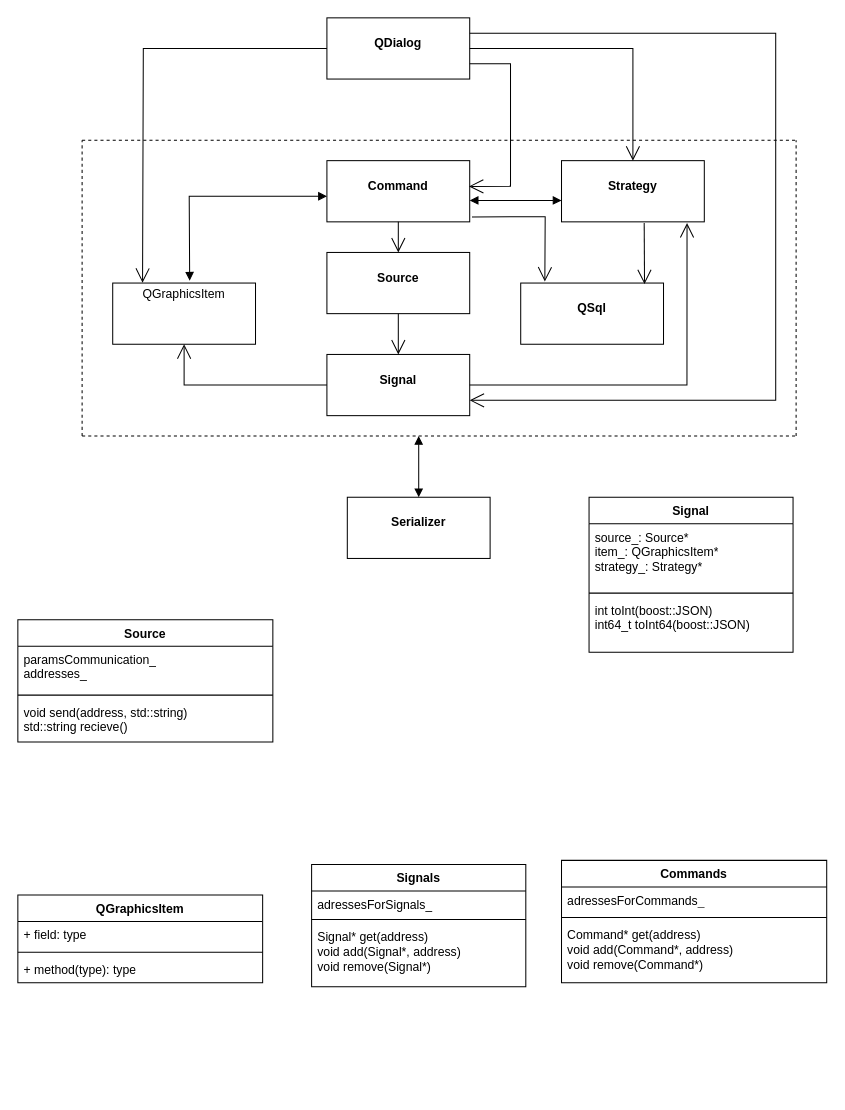
AleksandrMuratov/ScadaMAS keeps this draw.io diagram as Total structure.drawio. Above is the earlier version. Source tidied: cells renumbered, new cells numbered last; positions are measured from the earlier drawing's top-left corner, leaving out a move shared by most shapes. Both pictures are drawn from the tidied source at 102%, with x=0, y=0 at pixel (17, 17).
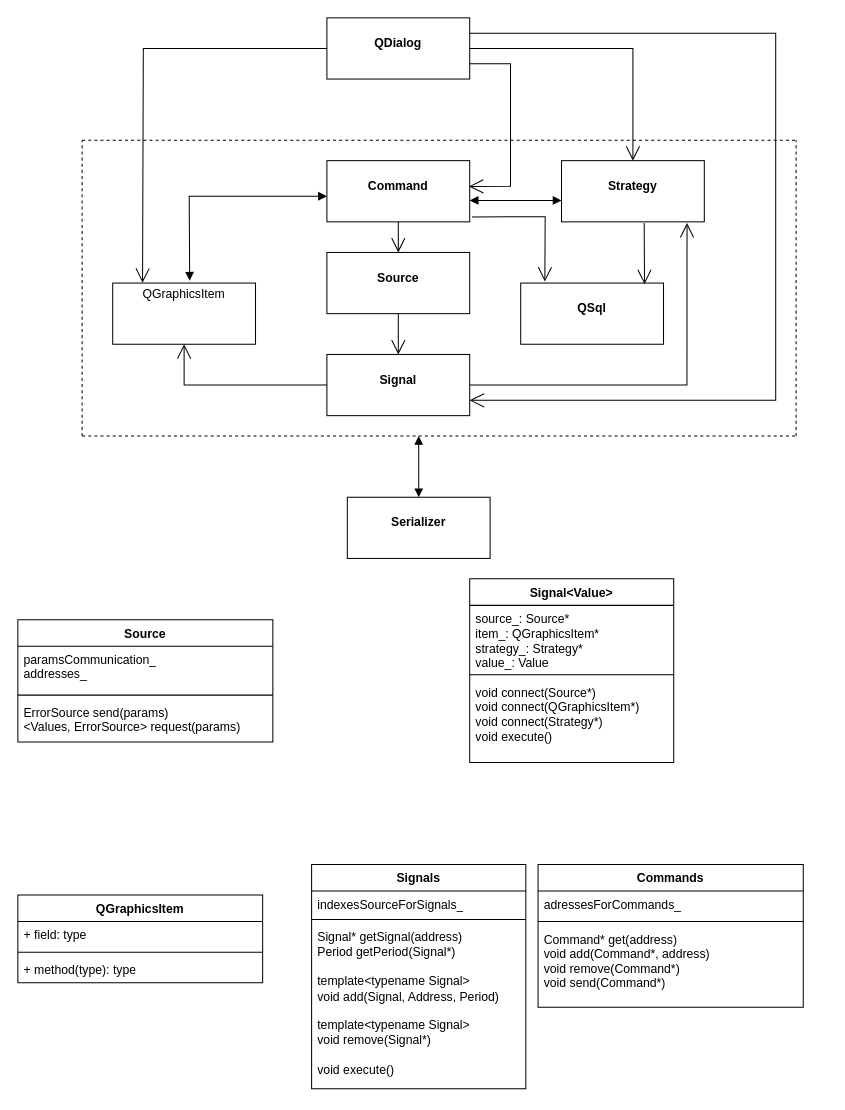
Above is the later version.

The change refers to these unchanged cells:
```xml
<mxCell id="27" value="Source" style="swimlane;fontStyle=1;align=center;verticalAlign=top;horizontal=1;startSize=26;whiteSpace=wrap;html=1;" parent="1" vertex="1">
  <mxGeometry y="590" width="250" height="120" as="geometry" />
</mxCell>
```

Change to the diagram source:
```diff
@@
-    <mxCell id="30" value="void send(address, std::string)&lt;div&gt;std::string recieve()&lt;/div&gt;" style="text;strokeColor=none;fillColor=none;align=left;verticalAlign=top;spacingLeft=4;spacingRight=4;overflow=hidden;whiteSpace=wrap;html=1;" parent="27" vertex="1">
+    <mxCell id="30" value="ErrorSource send(params)&lt;div&gt;&amp;lt;Values, ErrorSource&amp;gt; request(params)&lt;/div&gt;" style="text;strokeColor=none;fillColor=none;align=left;verticalAlign=top;spacingLeft=4;spacingRight=4;overflow=hidden;whiteSpace=wrap;html=1;" parent="27" vertex="1">
       <mxGeometry y="78" width="250" height="42" as="geometry" />
     </mxCell>
-    <mxCell id="31" value="Signal" style="swimlane;fontStyle=1;align=center;verticalAlign=top;horizontal=1;startSize=26;whiteSpace=wrap;html=1;" parent="1" vertex="1">
-      <mxGeometry x="560" y="470" width="200" height="152" as="geometry" />
+    <mxCell id="31" value="Signal&amp;lt;Value&amp;gt;" style="swimlane;fontStyle=1;align=center;verticalAlign=top;horizontal=1;startSize=26;whiteSpace=wrap;html=1;" parent="1" vertex="1">
+      <mxGeometry x="443" y="550" width="200" height="180" as="geometry" />
     </mxCell>
-    <mxCell id="32" value="source_: Source*&lt;div&gt;item_: QGraphicsItem*&lt;/div&gt;&lt;div&gt;strategy_: Strategy*&lt;/div&gt;" style="text;strokeColor=none;fillColor=none;align=left;verticalAlign=top;spacingLeft=4;spacingRight=4;overflow=hidden;whiteSpace=wrap;html=1;" parent="31" vertex="1">
+    <mxCell id="32" value="source_: Source*&lt;div&gt;item_: QGraphicsItem*&lt;/div&gt;&lt;div&gt;strategy_: Strategy*&lt;/div&gt;&lt;div&gt;value_: Value&lt;/div&gt;" style="text;strokeColor=none;fillColor=none;align=left;verticalAlign=top;spacingLeft=4;spacingRight=4;overflow=hidden;whiteSpace=wrap;html=1;" parent="31" vertex="1">
       <mxGeometry y="26" width="200" height="64" as="geometry" />
     </mxCell>
@@
-    <mxCell id="34" value="int toInt(boost::JSON)&lt;div&gt;int64_t toInt64(boost::JSON)&lt;/div&gt;&lt;div&gt;&lt;br&gt;&lt;/div&gt;" style="text;strokeColor=none;fillColor=none;align=left;verticalAlign=top;spacingLeft=4;spacingRight=4;overflow=hidden;whiteSpace=wrap;html=1;" parent="31" vertex="1">
-      <mxGeometry y="98" width="200" height="54" as="geometry" />
+    <mxCell id="34" value="&lt;div&gt;void connect(Source*)&lt;/div&gt;&lt;div&gt;void connect(QGraphicsItem*)&lt;/div&gt;&lt;div&gt;void connect(Strategy*)&lt;/div&gt;&lt;div&gt;void execute()&lt;/div&gt;" style="text;strokeColor=none;fillColor=none;align=left;verticalAlign=top;spacingLeft=4;spacingRight=4;overflow=hidden;whiteSpace=wrap;html=1;" parent="31" vertex="1">
+      <mxGeometry y="98" width="200" height="82" as="geometry" />
     </mxCell>
@@
     <mxCell id="39" value="Signals" style="swimlane;fontStyle=1;align=center;verticalAlign=top;horizontal=1;startSize=26;whiteSpace=wrap;html=1;" parent="1" vertex="1">
-      <mxGeometry x="288" y="830" width="210" height="120" as="geometry" />
+      <mxGeometry x="288" y="830" width="210" height="220" as="geometry" />
     </mxCell>
-    <mxCell id="40" value="adressesForSignals_" style="text;strokeColor=none;fillColor=none;align=left;verticalAlign=top;spacingLeft=4;spacingRight=4;overflow=hidden;whiteSpace=wrap;html=1;" parent="39" vertex="1">
+    <mxCell id="40" value="indexesSourceForSignals_" style="text;strokeColor=none;fillColor=none;align=left;verticalAlign=top;spacingLeft=4;spacingRight=4;overflow=hidden;whiteSpace=wrap;html=1;" parent="39" vertex="1">
       <mxGeometry y="26" width="210" height="24" as="geometry" />
     </mxCell>
@@
-    <mxCell id="42" value="Signal* get(address)&lt;div&gt;void add(Signal*, address)&lt;/div&gt;&lt;div&gt;void remove(Signal*)&lt;/div&gt;" style="text;strokeColor=none;fillColor=none;align=left;verticalAlign=top;spacingLeft=4;spacingRight=4;overflow=hidden;whiteSpace=wrap;html=1;" parent="39" vertex="1">
-      <mxGeometry y="58" width="210" height="62" as="geometry" />
+    <mxCell id="42" value="Signal* getSignal(address)&lt;div&gt;Period getPeriod(Signal*)&lt;/div&gt;&lt;div&gt;&lt;br&gt;&lt;/div&gt;&lt;div&gt;template&amp;lt;typename Signal&amp;gt;&lt;br&gt;&lt;div&gt;&lt;div&gt;void add(Signal, Address, Period)&lt;/div&gt;&lt;div&gt;&lt;br&gt;&lt;/div&gt;&lt;div&gt;template&amp;lt;typename Signal&amp;gt;&lt;/div&gt;&lt;div&gt;void remove(Signal*)&lt;/div&gt;&lt;div&gt;&lt;br&gt;&lt;/div&gt;&lt;div&gt;void execute()&lt;/div&gt;&lt;/div&gt;&lt;/div&gt;" style="text;strokeColor=none;fillColor=none;align=left;verticalAlign=top;spacingLeft=4;spacingRight=4;overflow=hidden;whiteSpace=wrap;html=1;" parent="39" vertex="1">
+      <mxGeometry y="58" width="210" height="162" as="geometry" />
     </mxCell>
     <mxCell id="43" value="Commands" style="swimlane;fontStyle=1;align=center;verticalAlign=top;horizontal=1;startSize=26;whiteSpace=wrap;html=1;" parent="1" vertex="1">
-      <mxGeometry x="533" y="826" width="260" height="120" as="geometry" />
+      <mxGeometry x="510" y="830" width="260" height="140" as="geometry" />
     </mxCell>
@@
-    <mxCell id="46" value="&lt;div&gt;Command* get(address)&lt;/div&gt;&lt;div&gt;void add(Command*, address)&lt;/div&gt;&lt;div&gt;void remove(Command*)&lt;/div&gt;" style="text;strokeColor=none;fillColor=none;align=left;verticalAlign=top;spacingLeft=4;spacingRight=4;overflow=hidden;whiteSpace=wrap;html=1;" parent="43" vertex="1">
-      <mxGeometry y="60" width="260" height="60" as="geometry" />
+    <mxCell id="46" value="&lt;div&gt;Command* get(address)&lt;/div&gt;&lt;div&gt;void add(Command*, address)&lt;/div&gt;&lt;div&gt;void remove(Command*)&lt;/div&gt;&lt;div&gt;void send(Command*)&lt;/div&gt;" style="text;strokeColor=none;fillColor=none;align=left;verticalAlign=top;spacingLeft=4;spacingRight=4;overflow=hidden;whiteSpace=wrap;html=1;" parent="43" vertex="1">
+      <mxGeometry y="60" width="260" height="80" as="geometry" />
     </mxCell>
```
